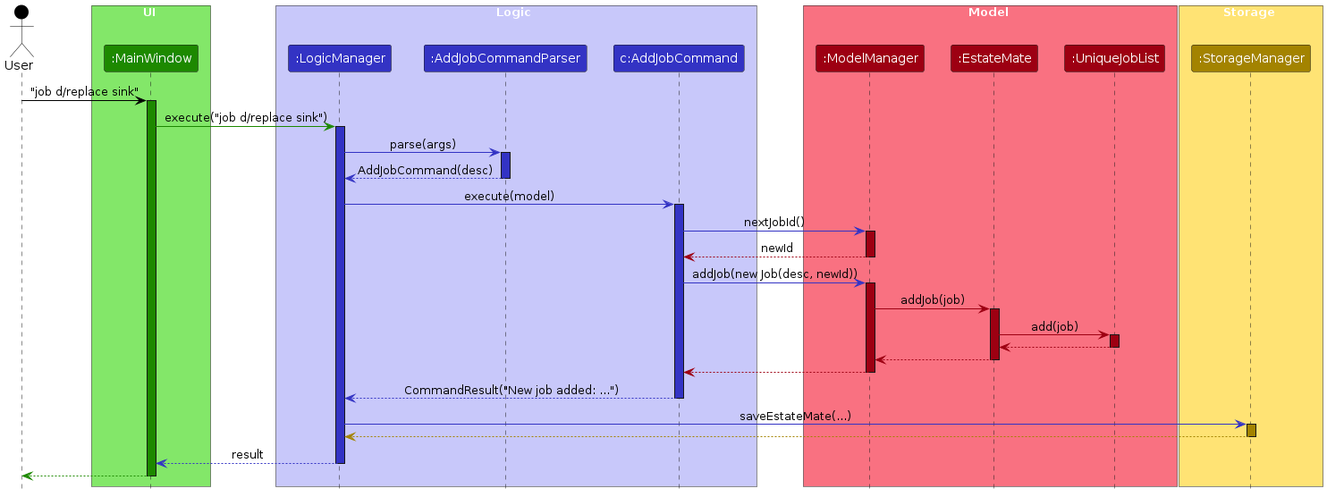
This is diagrams/JobAddSequence.png from Glacialthorn/tp, a PlantUML export, as it was before one commit. Its source is kept beside it as diagrams/JobAddSequence.puml. Its diagram source:
```plantuml
@startuml
!include style.puml
skinparam ArrowFontStyle plain

actor User as user USER_COLOR

box UI UI_COLOR_T1
  participant ":MainWindow" as ui UI_COLOR
end box

box Logic LOGIC_COLOR_T1
  participant ":LogicManager" as logic LOGIC_COLOR
  participant ":AddJobCommandParser" as parser LOGIC_COLOR
  participant "c:AddJobCommand" as cmd LOGIC_COLOR
end box

box Model MODEL_COLOR_T1
  participant ":ModelManager" as model MODEL_COLOR
  participant ":EstateMate" as em MODEL_COLOR
  participant ":UniqueJobList" as ujl MODEL_COLOR
end box

box Storage STORAGE_COLOR_T1
  participant ":StorageManager" as store STORAGE_COLOR
end box

user -[USER_COLOR]> ui : "job d/replace sink"
activate ui UI_COLOR

ui -[UI_COLOR]> logic : execute("job d/replace sink")
activate logic LOGIC_COLOR

logic -[LOGIC_COLOR]> parser : parse(args)
activate parser LOGIC_COLOR
parser --[LOGIC_COLOR]> logic : AddJobCommand(desc)
deactivate parser

logic -[LOGIC_COLOR]> cmd : execute(model)
activate cmd LOGIC_COLOR

cmd -[LOGIC_COLOR]> model : nextJobId()
activate model MODEL_COLOR
model --[MODEL_COLOR]> cmd : newId
deactivate model

cmd -[LOGIC_COLOR]> model : addJob(new Job(desc, newId))
activate model MODEL_COLOR
model -[MODEL_COLOR]> em : addJob(job)
activate em MODEL_COLOR
em -[MODEL_COLOR]> ujl : add(job)
activate ujl MODEL_COLOR
ujl --[MODEL_COLOR]> em
deactivate ujl
em --[MODEL_COLOR]> model
deactivate em
model --[MODEL_COLOR]> cmd
deactivate model

cmd --[LOGIC_COLOR]> logic : CommandResult("New job added: ...")
deactivate cmd

logic -[LOGIC_COLOR]> store : saveEstateMate(...)
activate store STORAGE_COLOR
store --[STORAGE_COLOR]> logic
deactivate store

logic --[LOGIC_COLOR]> ui : result
deactivate logic

ui --[UI_COLOR]> user
deactivate ui
@enduml
```
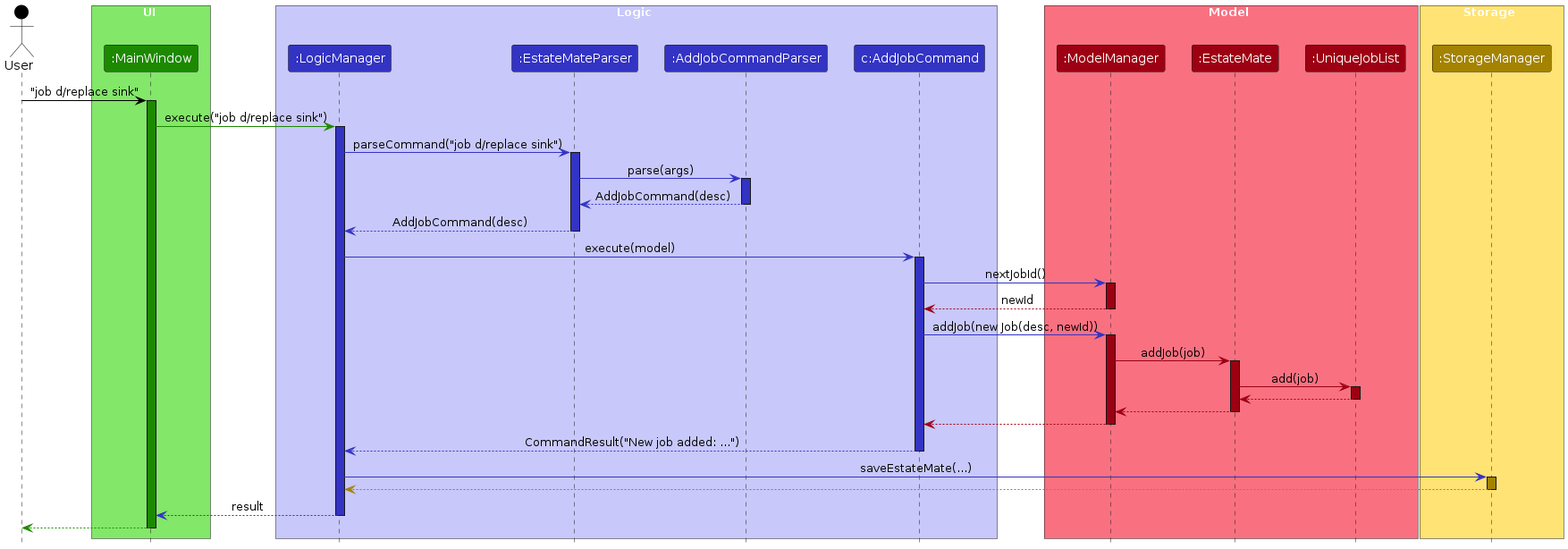
Later version of the same file.

Change to the diagram source:
```diff
@@ -10,6 +10,7 @@
 
 box Logic LOGIC_COLOR_T1
   participant ":LogicManager" as logic LOGIC_COLOR
+  participant ":EstateMateParser" as emParser LOGIC_COLOR
   participant ":AddJobCommandParser" as parser LOGIC_COLOR
   participant "c:AddJobCommand" as cmd LOGIC_COLOR
 end box
@@ -30,10 +31,16 @@
 ui -[UI_COLOR]> logic : execute("job d/replace sink")
 activate logic LOGIC_COLOR
 
-logic -[LOGIC_COLOR]> parser : parse(args)
+logic -[LOGIC_COLOR]> emParser : parseCommand("job d/replace sink")
+activate emParser LOGIC_COLOR
+
+emParser -[LOGIC_COLOR]> parser : parse(args)
 activate parser LOGIC_COLOR
-parser --[LOGIC_COLOR]> logic : AddJobCommand(desc)
+parser --[LOGIC_COLOR]> emParser : AddJobCommand(desc)
 deactivate parser
+
+emParser --[LOGIC_COLOR]> logic : AddJobCommand(desc)
+deactivate emParser
 
 logic -[LOGIC_COLOR]> cmd : execute(model)
 activate cmd LOGIC_COLOR
```
